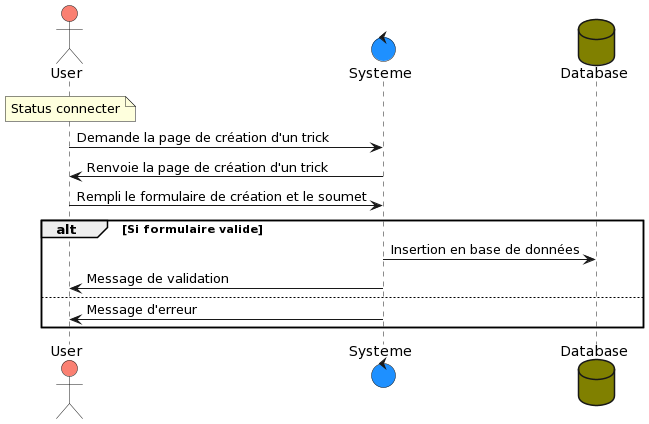
Above: uml/Diagramme de séquences/Gestion des tricks/Création/creation.png in NassimTaoussi/SnowTricks (PlantUML), before the change. Its diagram source:
```plantuml
@startuml
actor User #salmon
control Systeme #dodgerblue
database Database #olive

note over User: Status connecter
User -> Systeme : Demande la page de création d'un trick
    Systeme -> User : Renvoie la page de création d'un trick
    User -> Systeme : Rempli le formulaire de création et le soumet

    alt Si formulaire valide
      Systeme -> Database : Insertion en base de données
      Systeme -> User : Message de validation
    else
      Systeme -> User : Message d'erreur
    end
@enduml
```
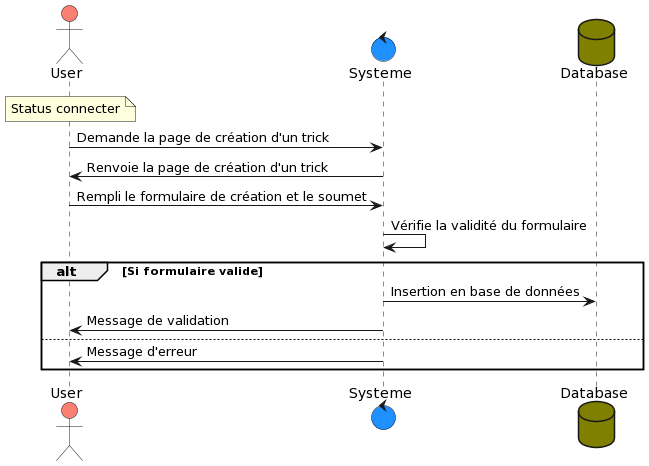
After the change.

Change to the diagram source:
```diff
@@ -7,7 +7,7 @@
 User -> Systeme : Demande la page de création d'un trick
     Systeme -> User : Renvoie la page de création d'un trick
     User -> Systeme : Rempli le formulaire de création et le soumet
-
+    Systeme -> Systeme: Vérifie la validité du formulaire
     alt Si formulaire valide
       Systeme -> Database : Insertion en base de données
       Systeme -> User : Message de validation
```
